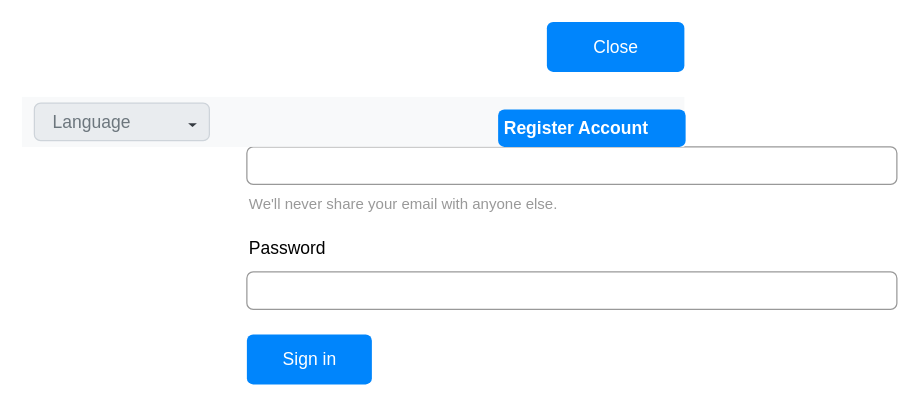
This is page "login_dialog" (4 of 4) of farm.drawio from letrthang/design, a draw.io file, before an edit. Source tidied: cells renumbered, new cells numbered last; positions are measured from the earlier drawing's top-left corner, leaving out a move shared by most shapes. Both pictures are drawn from the tidied source at 125%, with x=0, y=0 at pixel (21, 21).
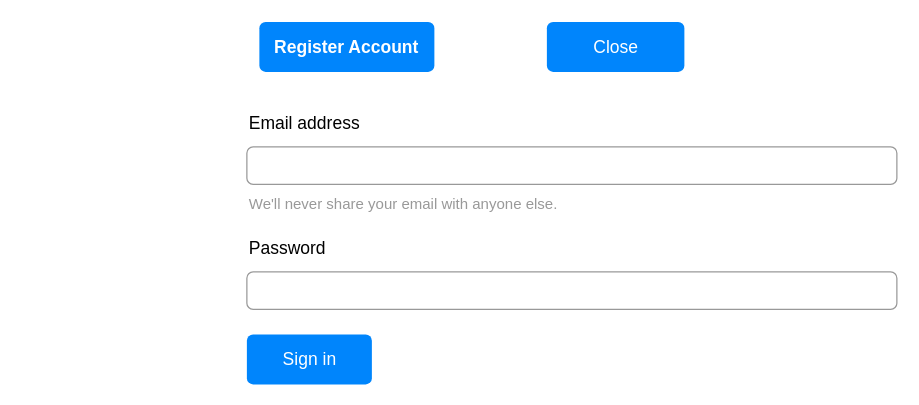
The same page after the edit.

The edit, as a diff of the source:
```diff
@@
 <mxGraphModel>
   <root>
     <mxCell id="0" />
     <mxCell id="1" parent="0" />
     <mxCell id="2" value="Email address" style="fillColor=none;strokeColor=none;align=left;fontSize=14;" parent="1" vertex="1">
       <mxGeometry width="260" height="40" relative="1" as="geometry">
         <mxPoint x="180" y="60" as="offset" />
       </mxGeometry>
     </mxCell>
     <mxCell id="3" style="html=1;shadow=0;dashed=0;shape=mxgraph.bootstrap.rrect;rSize=5;fillColor=none;strokeColor=#999999;align=left;spacing=15;fontSize=14;fontColor=#6C767D;" parent="1" vertex="1">
       <mxGeometry width="520" height="30" relative="1" as="geometry">
         <mxPoint x="180" y="100" as="offset" />
       </mxGeometry>
     </mxCell>
     <mxCell id="4" value="We'll never share your email with anyone else." style="fillColor=none;strokeColor=none;align=left;spacing=2;fontSize=12;fontColor=#999999;" parent="1" vertex="1">
       <mxGeometry width="260" height="30" relative="1" as="geometry">
         <mxPoint x="180" y="130" as="offset" />
       </mxGeometry>
     </mxCell>
     <mxCell id="5" value="Password" style="fillColor=none;strokeColor=none;align=left;fontSize=14;" parent="1" vertex="1">
       <mxGeometry width="260" height="40" relative="1" as="geometry">
         <mxPoint x="180" y="160" as="offset" />
       </mxGeometry>
     </mxCell>
     <mxCell id="6" style="html=1;shadow=0;dashed=0;shape=mxgraph.bootstrap.rrect;rSize=5;fillColor=none;strokeColor=#999999;align=left;spacing=15;fontSize=14;fontColor=#6C767D;" parent="1" vertex="1">
       <mxGeometry width="520" height="30" relative="1" as="geometry">
         <mxPoint x="180" y="200" as="offset" />
       </mxGeometry>
     </mxCell>
     <mxCell id="7" value="Sign in" style="html=1;shadow=0;dashed=0;shape=mxgraph.bootstrap.rrect;rSize=5;fillColor=#0085FC;strokeColor=none;align=center;fontSize=14;fontColor=#FFFFFF;" parent="1" vertex="1">
       <mxGeometry width="100" height="40" relative="1" as="geometry">
         <mxPoint x="180" y="250" as="offset" />
       </mxGeometry>
     </mxCell>
     <mxCell id="8" value="Close" style="html=1;shadow=0;dashed=0;shape=mxgraph.bootstrap.rrect;rSize=5;fillColor=#0085FC;strokeColor=none;align=center;fontSize=14;fontColor=#FFFFFF;" parent="1" vertex="1">
       <mxGeometry x="420" width="110" height="40" as="geometry" />
     </mxCell>
-    <mxCell id="9" style="html=1;shadow=0;dashed=0;fillColor=#F8F9FA;strokeColor=none;fontSize=16;fontColor=#181819;align=left;spacing=15;" parent="1" vertex="1">
-      <mxGeometry y="60" width="530" height="40" as="geometry" />
-    </mxCell>
-    <mxCell id="10" value="Language" style="html=1;shadow=0;dashed=0;shape=mxgraph.bootstrap.rrect;rSize=5;fillColor=#E9ECEF;strokeColor=#CED4DA;align=left;spacing=15;fontSize=14;fontColor=#6C767D;" parent="9" vertex="1">
-      <mxGeometry x="10" y="5" width="140" height="30" as="geometry" />
-    </mxCell>
-    <mxCell id="11" style="shape=triangle;direction=south;fillColor=#343A40;strokeColor=none;perimeter=none;" parent="10" vertex="1">
-      <mxGeometry x="1" y="0.5" width="7" height="3" relative="1" as="geometry">
-        <mxPoint x="-17" y="1" as="offset" />
-      </mxGeometry>
-    </mxCell>
-    <mxCell id="12" value="Register Account" style="html=1;shadow=0;dashed=0;shape=mxgraph.bootstrap.rrect;rSize=5;strokeColor=none;strokeWidth=1;fillColor=#0085FC;fontColor=#FFFFFF;whiteSpace=wrap;align=left;verticalAlign=middle;spacingLeft=0;fontStyle=1;fontSize=14;spacing=5;" parent="9" vertex="1">
-      <mxGeometry x="381" y="10" width="150" height="30" as="geometry" />
+    <mxCell id="12" value="Register Account" style="html=1;shadow=0;dashed=0;shape=mxgraph.bootstrap.rrect;rSize=5;strokeColor=none;strokeWidth=1;fillColor=#0085FC;fontColor=#FFFFFF;whiteSpace=wrap;align=center;verticalAlign=middle;spacingLeft=0;fontStyle=1;fontSize=14;spacing=5;" parent="1" vertex="1">
+      <mxGeometry x="190" width="140" height="40" as="geometry" />
     </mxCell>
   </root>
 </mxGraphModel>
```
